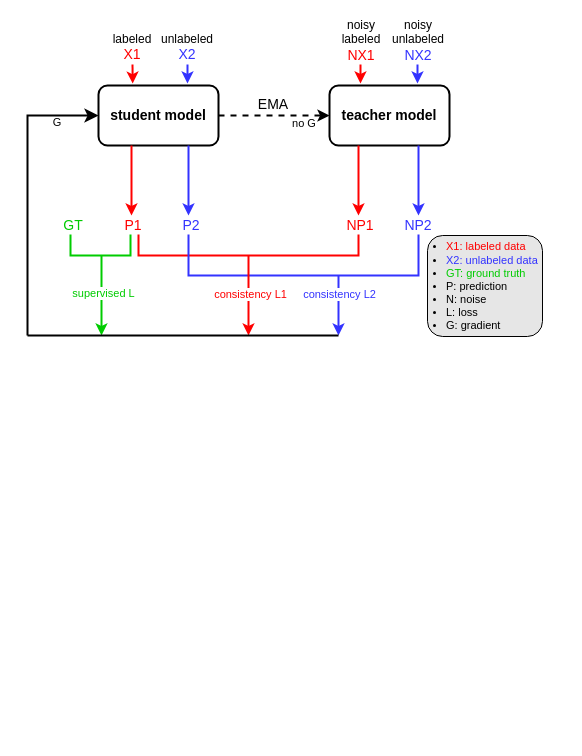
Before: page "mean-teacher" (8 of 8) of Fig_CS/treatment.drawio in jizhang02/Figure-Factory, a draw.io diagram. Source tidied: cells renumbered, new cells numbered last; positions are measured from the earlier drawing's top-left corner, leaving out a move shared by most shapes. Both pictures are drawn from the tidied source at 100%, with x=0, y=0 at pixel (-52, 25).
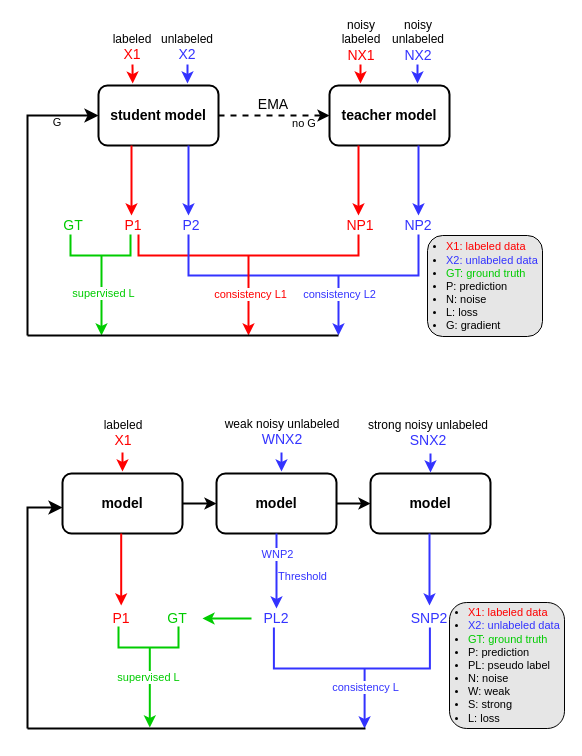
Above is the later version.

Change to the diagram source:
```diff
@@
+    <mxCell id="41" style="edgeStyle=orthogonalEdgeStyle;rounded=0;jettySize=auto;html=1;strokeWidth=2;" parent="1" edge="1" source="42" target="44">
+      <mxGeometry relative="1" as="geometry" />
+    </mxCell>
+    <mxCell id="42" value="model" style="rounded=1;whiteSpace=wrap;html=1;fontSize=14;fontStyle=1;strokeWidth=2;" parent="1" vertex="1">
+      <mxGeometry x="114" y="448" width="120" height="60" as="geometry" />
+    </mxCell>
+    <mxCell id="43" style="edgeStyle=orthogonalEdgeStyle;rounded=0;jettySize=auto;html=1;strokeWidth=2;" parent="1" edge="1" source="44" target="47">
+      <mxGeometry relative="1" as="geometry" />
+    </mxCell>
+    <mxCell id="44" value="model" style="rounded=1;whiteSpace=wrap;html=1;fontSize=14;fontStyle=1;strokeWidth=2;" parent="1" vertex="1">
+      <mxGeometry x="268" y="448" width="120" height="60" as="geometry" />
+    </mxCell>
+    <mxCell id="45" value="&lt;font color=&quot;#ff0000&quot; style=&quot;font-size: 14px;&quot;&gt;P1&lt;/font&gt;" style="text;html=1;strokeColor=none;fillColor=none;align=center;verticalAlign=middle;whiteSpace=wrap;rounded=0;" parent="1" vertex="1">
+      <mxGeometry x="148" y="583" width="50" height="20" as="geometry" />
+    </mxCell>
+    <mxCell id="46" value="&lt;font color=&quot;#00cc00&quot; style=&quot;font-size: 14px;&quot;&gt;GT&lt;/font&gt;" style="text;html=1;strokeColor=none;fillColor=none;align=center;verticalAlign=middle;whiteSpace=wrap;rounded=0;" parent="1" vertex="1">
+      <mxGeometry x="204" y="583" width="50" height="20" as="geometry" />
+    </mxCell>
+    <mxCell id="47" value="model" style="rounded=1;whiteSpace=wrap;html=1;fontSize=14;fontStyle=1;strokeWidth=2;" parent="1" vertex="1">
+      <mxGeometry x="422" y="448" width="120" height="60" as="geometry" />
+    </mxCell>
+    <mxCell id="48" value="&lt;font color=&quot;#3333ff&quot; style=&quot;font-size: 14px;&quot;&gt;SNP2&lt;/font&gt;" style="text;html=1;strokeColor=none;fillColor=none;align=center;verticalAlign=middle;whiteSpace=wrap;rounded=0;" parent="1" vertex="1">
+      <mxGeometry x="456" y="583" width="50" height="20" as="geometry" />
+    </mxCell>
+    <mxCell id="49" style="edgeStyle=orthogonalEdgeStyle;rounded=0;jettySize=auto;html=1;entryX=1;entryY=0.5;entryDx=0;entryDy=0;strokeColor=#00CC00;strokeWidth=2;" parent="1" edge="1" source="50" target="46">
+      <mxGeometry relative="1" as="geometry" />
+    </mxCell>
+    <mxCell id="50" value="&lt;font color=&quot;#3333ff&quot; style=&quot;font-size: 14px;&quot;&gt;PL2&lt;/font&gt;" style="text;html=1;strokeColor=none;fillColor=none;align=center;verticalAlign=middle;whiteSpace=wrap;rounded=0;" parent="1" vertex="1">
+      <mxGeometry x="303" y="583" width="50" height="20" as="geometry" />
+    </mxCell>
+    <mxCell id="51" style="edgeStyle=elbowEdgeStyle;elbow=vertical;endArrow=classic;html=1;curved=0;rounded=0;endSize=8;startSize=8;entryX=0;entryY=0.5;entryDx=0;entryDy=0;strokeWidth=2;exitX=0;exitY=0.5;exitDx=0;exitDy=0;exitPerimeter=0;" parent="1" edge="1" source="64">
+      <mxGeometry relative="1" as="geometry">
+        <mxPoint x="114" y="482" as="targetPoint" />
+        <Array as="points">
+          <mxPoint x="82" y="482" />
+          <mxPoint x="82" y="482" />
+          <mxPoint x="44" y="482" />
+          <mxPoint x="14" y="612" />
+          <mxPoint x="44" y="482" />
+          <mxPoint x="-36" y="602" />
+          <mxPoint x="44" y="482" />
+        </Array>
+      </mxGeometry>
+    </mxCell>
+    <mxCell id="52" style="endArrow=classic;html=1;rounded=0;exitX=0.25;exitY=1;exitDx=0;exitDy=0;strokeColor=#3333FF;strokeWidth=2;" parent="1" edge="1">
+      <mxGeometry relative="1" as="geometry">
+        <mxPoint x="481" y="508" as="sourcePoint" />
+        <mxPoint x="481" y="580" as="targetPoint" />
+      </mxGeometry>
+    </mxCell>
+    <mxCell id="53" style="group;" parent="1" vertex="1">
+      <mxGeometry x="311" y="603" width="195" height="100" as="geometry" />
+    </mxCell>
+    <mxCell id="54" style="shape=partialRectangle;whiteSpace=wrap;html=1;bottom=1;right=1;left=1;top=0;fillColor=none;routingCenterX=-0.5;strokeColor=#3333FF;strokeWidth=2;" parent="53" vertex="1">
+      <mxGeometry x="14.4" width="156" height="40" as="geometry" />
+    </mxCell>
+    <mxCell id="55" style="endArrow=classic;html=1;rounded=0;strokeColor=#3333FF;strokeWidth=2;" parent="53" edge="1">
+      <mxGeometry relative="1" as="geometry">
+        <mxPoint x="105.1" y="40" as="sourcePoint" />
+        <mxPoint x="105.1" y="100" as="targetPoint" />
+      </mxGeometry>
+    </mxCell>
+    <mxCell id="56" value="consistency L" style="edgeLabel;html=1;align=center;verticalAlign=middle;fontColor=#3333FF;" parent="55" vertex="1">
+      <mxGeometry x="-0.21" relative="1" as="geometry">
+        <mxPoint y="-6" as="offset" />
+      </mxGeometry>
+    </mxCell>
+    <mxCell id="57" style="endArrow=classic;html=1;rounded=0;exitX=0.25;exitY=1;exitDx=0;exitDy=0;strokeWidth=2;strokeColor=#FF0000;" parent="1" edge="1">
+      <mxGeometry relative="1" as="geometry">
+        <mxPoint x="172.7" y="508" as="sourcePoint" />
+        <mxPoint x="172.7" y="580" as="targetPoint" />
+      </mxGeometry>
+    </mxCell>
+    <mxCell id="58" style="group;" parent="1" vertex="1">
+      <mxGeometry x="114" y="602" width="60" height="100" as="geometry" />
+    </mxCell>
+    <mxCell id="59" style="shape=partialRectangle;whiteSpace=wrap;html=1;bottom=1;right=1;left=1;top=0;fillColor=none;routingCenterX=-0.5;strokeColor=#00CC00;strokeWidth=2;" parent="58" vertex="1">
+      <mxGeometry x="56" width="60" height="20" as="geometry" />
+    </mxCell>
+    <mxCell id="60" style="endArrow=classic;html=1;rounded=0;strokeWidth=2;strokeColor=#00CC00;" parent="58" edge="1">
+      <mxGeometry relative="1" as="geometry">
+        <mxPoint x="87.3" y="20" as="sourcePoint" />
+        <mxPoint x="87.3" y="100" as="targetPoint" />
+      </mxGeometry>
+    </mxCell>
+    <mxCell id="61" value="supervised L" style="edgeLabel;html=1;align=center;verticalAlign=middle;fontColor=#00CC00;" parent="60" vertex="1">
+      <mxGeometry x="-0.25" y="1" relative="1" as="geometry">
+        <mxPoint x="-3" y="-1" as="offset" />
+      </mxGeometry>
+    </mxCell>
+    <mxCell id="62" style="endArrow=classic;html=1;rounded=0;strokeColor=#3333FF;strokeWidth=2;entryX=0.5;entryY=0;entryDx=0;entryDy=0;exitX=0.5;exitY=1;exitDx=0;exitDy=0;" parent="1" edge="1" source="44" target="50">
+      <mxGeometry relative="1" as="geometry" />
+    </mxCell>
+    <mxCell id="63" value="WNP2" style="edgeLabel;html=1;align=center;verticalAlign=middle;fontColor=#3333FF;" parent="62" vertex="1">
+      <mxGeometry x="-0.21" relative="1" as="geometry">
+        <mxPoint y="-10" as="offset" />
+      </mxGeometry>
+    </mxCell>
+    <mxCell id="64" style="line;strokeWidth=2;html=1;" parent="1" vertex="1">
+      <mxGeometry x="79" y="698" width="338" height="10" as="geometry" />
+    </mxCell>
+    <mxCell id="65" style="group;" parent="1" vertex="1">
+      <mxGeometry x="163" y="388" width="60" height="58" as="geometry" />
+    </mxCell>
+    <mxCell id="66" value="labeled&lt;br&gt;&lt;font color=&quot;#ff0000&quot; style=&quot;font-size: 14px;&quot;&gt;X1&lt;/font&gt;" style="text;html=1;strokeColor=none;fillColor=none;align=center;verticalAlign=middle;whiteSpace=wrap;rounded=0;" parent="65" vertex="1">
+      <mxGeometry x="-18" y="5" width="60" height="30" as="geometry" />
+    </mxCell>
+    <mxCell id="67" style="endArrow=classic;html=1;rounded=0;entryX=0.093;entryY=-0.015;entryDx=0;entryDy=0;entryPerimeter=0;strokeColor=#FF0000;strokeWidth=2;" parent="65" edge="1">
+      <mxGeometry relative="1" as="geometry">
+        <mxPoint x="11" y="39" as="sourcePoint" />
+        <mxPoint x="11" y="58" as="targetPoint" />
+      </mxGeometry>
+    </mxCell>
+    <mxCell id="68" style="group;" parent="1" vertex="1">
+      <mxGeometry x="318" y="388" width="100" height="58" as="geometry" />
+    </mxCell>
+    <mxCell id="69" value="weak noisy unlabeled&lt;br&gt;&lt;font color=&quot;#3333ff&quot; style=&quot;font-size: 14px;&quot;&gt;WNX2&lt;/font&gt;" style="text;html=1;strokeColor=none;fillColor=none;align=center;verticalAlign=middle;whiteSpace=wrap;rounded=0;" parent="68" vertex="1">
+      <mxGeometry x="-79" y="4" width="190" height="30" as="geometry" />
+    </mxCell>
+    <mxCell id="70" style="endArrow=classic;html=1;rounded=0;entryX=0.093;entryY=-0.015;entryDx=0;entryDy=0;entryPerimeter=0;strokeColor=#3333FF;strokeWidth=2;" parent="68" edge="1">
+      <mxGeometry relative="1" as="geometry">
+        <mxPoint x="15" y="39" as="sourcePoint" />
+        <mxPoint x="15" y="58" as="targetPoint" />
+      </mxGeometry>
+    </mxCell>
+    <mxCell id="71" style="group;" parent="1" vertex="1">
+      <mxGeometry x="467" y="389" width="100" height="58" as="geometry" />
+    </mxCell>
+    <mxCell id="72" value="strong noisy unlabeled&lt;br&gt;&lt;font color=&quot;#3333ff&quot; style=&quot;font-size: 14px;&quot;&gt;SNX2&lt;/font&gt;" style="text;html=1;strokeColor=none;fillColor=none;align=center;verticalAlign=middle;whiteSpace=wrap;rounded=0;" parent="71" vertex="1">
+      <mxGeometry x="-82" y="4" width="190" height="30" as="geometry" />
+    </mxCell>
+    <mxCell id="73" style="endArrow=classic;html=1;rounded=0;entryX=0.093;entryY=-0.015;entryDx=0;entryDy=0;entryPerimeter=0;strokeColor=#3333FF;strokeWidth=2;" parent="71" edge="1">
+      <mxGeometry relative="1" as="geometry">
+        <mxPoint x="15" y="39" as="sourcePoint" />
+        <mxPoint x="15" y="58" as="targetPoint" />
+      </mxGeometry>
+    </mxCell>
+    <mxCell id="74" value="Threshold" style="edgeLabel;html=1;align=center;verticalAlign=middle;fontColor=#3333FF;" parent="1" vertex="1">
+      <mxGeometry x="353" y="550.3" as="geometry" />
+    </mxCell>
+    <mxCell id="75" value="&lt;ul&gt;&lt;li&gt;&lt;font color=&quot;#ff0000&quot; style=&quot;font-size: 11px;&quot;&gt;X1: labeled data&lt;/font&gt;&lt;/li&gt;&lt;li&gt;&lt;font color=&quot;#3333ff&quot; style=&quot;font-size: 11px;&quot;&gt;X2: unlabeled data&lt;/font&gt;&lt;/li&gt;&lt;li&gt;&lt;font color=&quot;#00cc00&quot; style=&quot;font-size: 11px;&quot;&gt;GT: ground truth&lt;/font&gt;&lt;/li&gt;&lt;li&gt;&lt;font style=&quot;font-size: 11px;&quot;&gt;P: prediction&lt;/font&gt;&lt;/li&gt;&lt;li&gt;&lt;font style=&quot;font-size: 11px;&quot;&gt;PL: pseudo label&lt;/font&gt;&lt;/li&gt;&lt;li&gt;&lt;font style=&quot;font-size: 11px;&quot;&gt;N: noise&lt;/font&gt;&lt;/li&gt;&lt;li&gt;&lt;font style=&quot;font-size: 11px;&quot;&gt;W: weak&lt;/font&gt;&lt;/li&gt;&lt;li&gt;&lt;font style=&quot;font-size: 11px;&quot;&gt;S: strong&lt;/font&gt;&lt;/li&gt;&lt;li&gt;&lt;font style=&quot;font-size: 11px;&quot;&gt;L: loss&lt;/font&gt;&lt;/li&gt;&lt;/ul&gt;" style="text;html=1;strokeColor=default;fillColor=#E6E6E6;align=left;verticalAlign=middle;whiteSpace=wrap;rounded=1;fontSize=10;strokeWidth=1;spacing=-21;glass=0;shadow=0;" parent="1" vertex="1">
+      <mxGeometry x="501" y="577" width="115" height="126" as="geometry" />
+    </mxCell>
```
